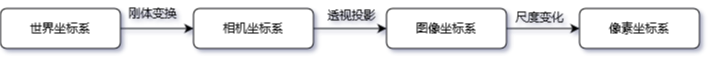
This is Untitled Diagram.drawio.png from yangyuke001/my-pics, a draw.io export, as it was before one commit. Source tidied: cells renumbered, new cells last; positions are measured from the earlier drawing's top-left corner, leaving out a move shared by most shapes.
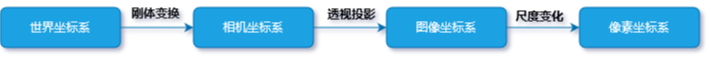
The same diagram one commit later.

Commit message:
四大坐标系转换.png

Change to the diagram source:
```diff
@@ -2,34 +2,34 @@
   <root>
     <mxCell id="0" />
     <mxCell id="1" parent="0" />
-    <mxCell id="2" style="edgeStyle=orthogonalEdgeStyle;rounded=0;jettySize=auto;html=1;" parent="1" edge="1" source="3" target="5">
+    <mxCell id="2" style="edgeStyle=orthogonalEdgeStyle;rounded=0;jettySize=auto;html=1;fillColor=#1ba1e2;strokeColor=#006EAF;" parent="1" edge="1" source="3" target="5">
       <mxGeometry relative="1" as="geometry" />
     </mxCell>
-    <mxCell id="3" value="世界坐标系" style="rounded=1;whiteSpace=wrap;html=1;fontSize=12;glass=0;strokeWidth=1;shadow=0;" parent="1" vertex="1">
+    <mxCell id="3" value="世界坐标系" style="rounded=1;whiteSpace=wrap;html=1;fontSize=12;glass=0;strokeWidth=1;shadow=0;fillColor=#1ba1e2;fontColor=#ffffff;strokeColor=#006EAF;" parent="1" vertex="1">
       <mxGeometry y="8" width="120" height="40" as="geometry" />
     </mxCell>
-    <mxCell id="4" style="edgeStyle=orthogonalEdgeStyle;rounded=0;jettySize=auto;html=1;" parent="1" edge="1" source="5" target="8">
+    <mxCell id="4" style="edgeStyle=orthogonalEdgeStyle;rounded=0;jettySize=auto;html=1;fillColor=#1ba1e2;strokeColor=#006EAF;" parent="1" edge="1" source="5" target="8">
       <mxGeometry relative="1" as="geometry" />
     </mxCell>
-    <mxCell id="5" value="相机坐标系" style="rounded=1;whiteSpace=wrap;html=1;fontSize=12;glass=0;strokeWidth=1;shadow=0;" parent="1" vertex="1">
+    <mxCell id="5" value="相机坐标系" style="rounded=1;whiteSpace=wrap;html=1;fontSize=12;glass=0;strokeWidth=1;shadow=0;fillColor=#1ba1e2;fontColor=#ffffff;strokeColor=#006EAF;" parent="1" vertex="1">
       <mxGeometry x="193" y="8" width="120" height="40" as="geometry" />
     </mxCell>
-    <mxCell id="6" value="像素坐标系" style="rounded=1;whiteSpace=wrap;html=1;fontSize=12;glass=0;strokeWidth=1;shadow=0;" parent="1" vertex="1">
+    <mxCell id="6" value="像素坐标系" style="rounded=1;whiteSpace=wrap;html=1;fontSize=12;glass=0;strokeWidth=1;shadow=0;fillColor=#1ba1e2;fontColor=#ffffff;strokeColor=#006EAF;" parent="1" vertex="1">
       <mxGeometry x="579" y="8" width="120" height="40" as="geometry" />
     </mxCell>
-    <mxCell id="7" style="edgeStyle=orthogonalEdgeStyle;rounded=0;jettySize=auto;html=1;" parent="1" edge="1" source="8" target="6">
+    <mxCell id="7" style="edgeStyle=orthogonalEdgeStyle;rounded=0;jettySize=auto;html=1;fillColor=#1ba1e2;strokeColor=#006EAF;" parent="1" edge="1" source="8" target="6">
       <mxGeometry relative="1" as="geometry" />
     </mxCell>
-    <mxCell id="8" value="图像坐标系" style="rounded=1;whiteSpace=wrap;html=1;fontSize=12;glass=0;strokeWidth=1;shadow=0;" parent="1" vertex="1">
+    <mxCell id="8" value="图像坐标系" style="rounded=1;whiteSpace=wrap;html=1;fontSize=12;glass=0;strokeWidth=1;shadow=0;fillColor=#1ba1e2;fontColor=#ffffff;strokeColor=#006EAF;" parent="1" vertex="1">
       <mxGeometry x="386" y="8" width="120" height="40" as="geometry" />
     </mxCell>
-    <mxCell id="9" value="刚体变换" style="text;html=1;align=center;verticalAlign=middle;strokeColor=none;fillColor=none;" parent="1" vertex="1">
-      <mxGeometry x="119" width="66" height="26" as="geometry" />
+    <mxCell id="9" value="刚体变换" style="text;html=1;align=center;verticalAlign=middle;strokeColor=none;fillColor=none;fontColor=#0D0D0D;fontStyle=1;" parent="1" vertex="1">
+      <mxGeometry x="122" y="1" width="66" height="26" as="geometry" />
     </mxCell>
-    <mxCell id="10" value="透视投影" style="text;html=1;align=center;verticalAlign=middle;strokeColor=none;fillColor=none;" parent="1" vertex="1">
+    <mxCell id="10" value="透视投影" style="text;html=1;align=center;verticalAlign=middle;strokeColor=none;fillColor=none;fontColor=#000000;fontStyle=1;" parent="1" vertex="1">
       <mxGeometry x="318" y="2" width="66" height="26" as="geometry" />
     </mxCell>
-    <mxCell id="11" value="尺度变化" style="text;html=1;align=center;verticalAlign=middle;strokeColor=none;fillColor=none;" parent="1" vertex="1">
+    <mxCell id="11" value="尺度变化" style="text;html=1;align=center;verticalAlign=middle;strokeColor=none;fillColor=none;fontColor=#000000;fontStyle=1;" parent="1" vertex="1">
       <mxGeometry x="506" y="4" width="66" height="26" as="geometry" />
     </mxCell>
   </root>
```
